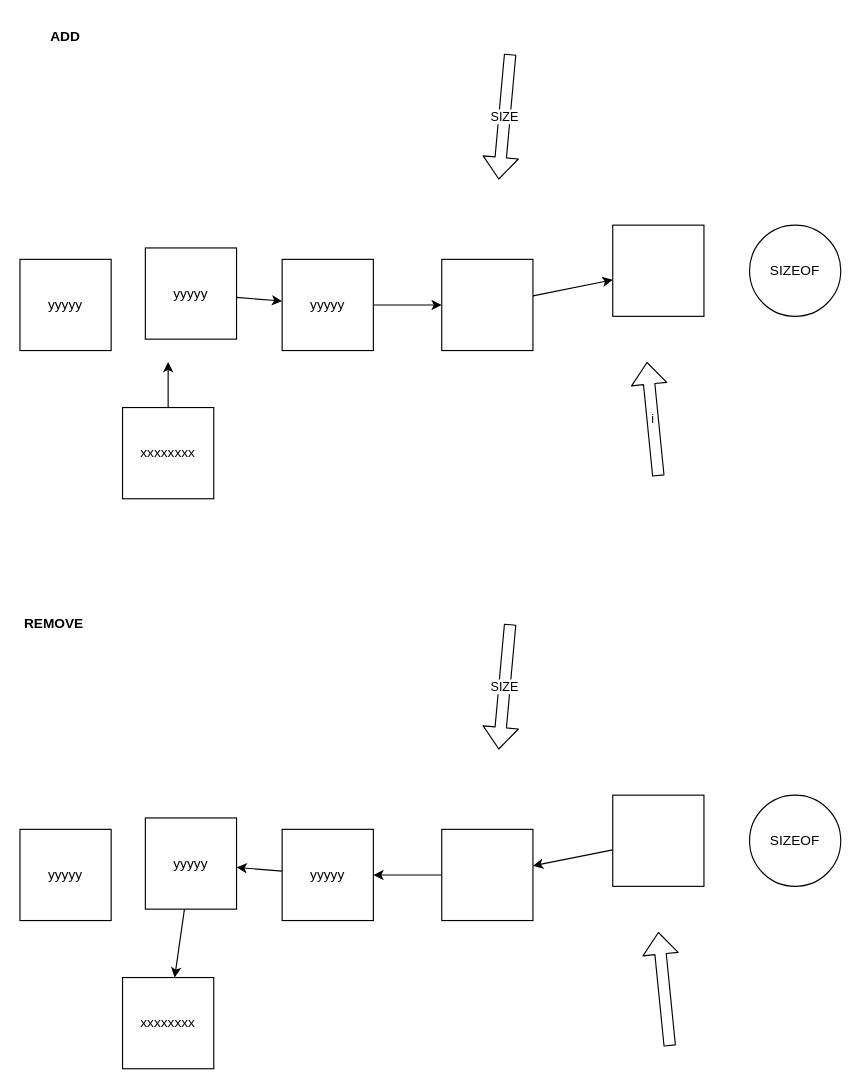
Above: c/codes/array.drawio in yxuo/learning (draw.io), before the change. Source tidied: cells renumbered, new cells numbered last; positions are measured from the earlier drawing's top-left corner, leaving out a move shared by most shapes. Both pictures are drawn from the tidied source at 114%, with x=0, y=0 at pixel (19, 19).
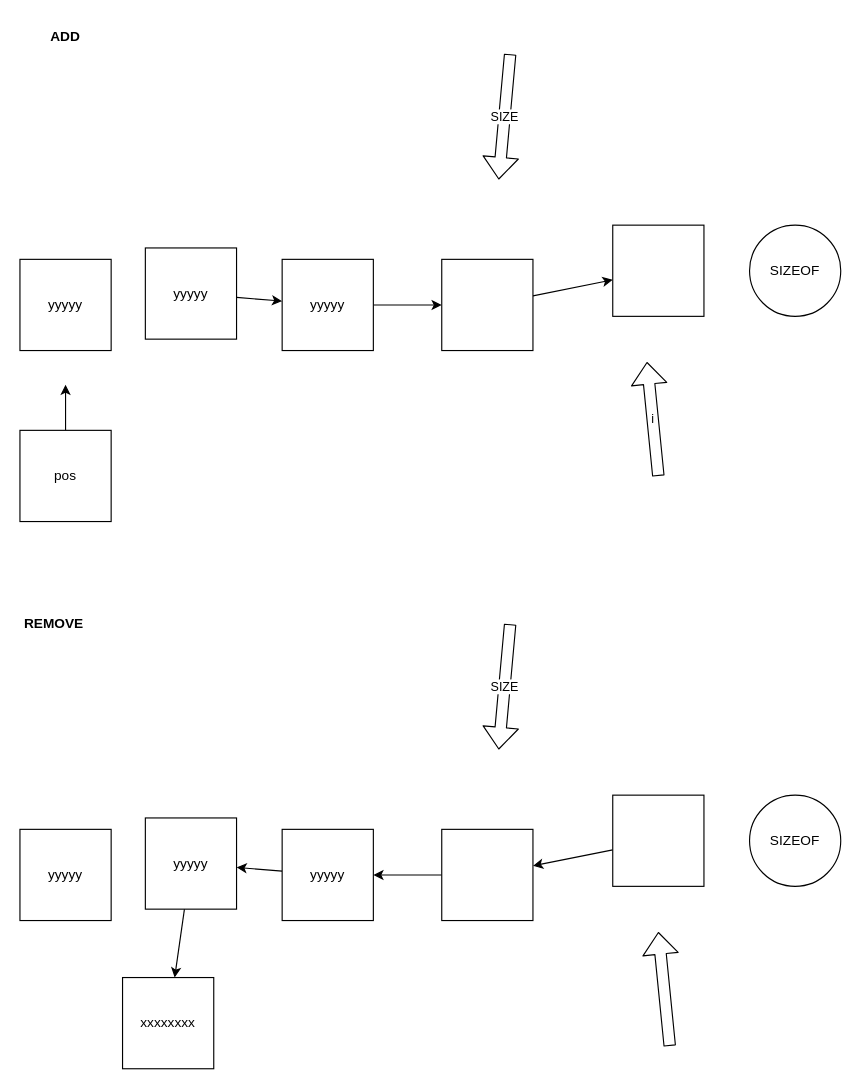
Above is the later version.

Commit message (it also covers changes not shown here):
fix array_basic_remove()

What changed in the source:
```diff
@@
     <mxCell id="7" style="edgeStyle=none;html=1;" parent="1" edge="1" source="8">
       <mxGeometry relative="1" as="geometry">
-        <mxPoint x="130" y="300" as="targetPoint" />
+        <mxPoint x="40" y="320" as="targetPoint" />
       </mxGeometry>
     </mxCell>
-    <mxCell id="8" value="xxxxxxxx" style="whiteSpace=wrap;html=1;" parent="1" vertex="1">
-      <mxGeometry x="90" y="340" width="80" height="80" as="geometry" />
+    <mxCell id="8" value="pos" style="whiteSpace=wrap;html=1;" parent="1" vertex="1">
+      <mxGeometry y="360" width="80" height="80" as="geometry" />
     </mxCell>
```
